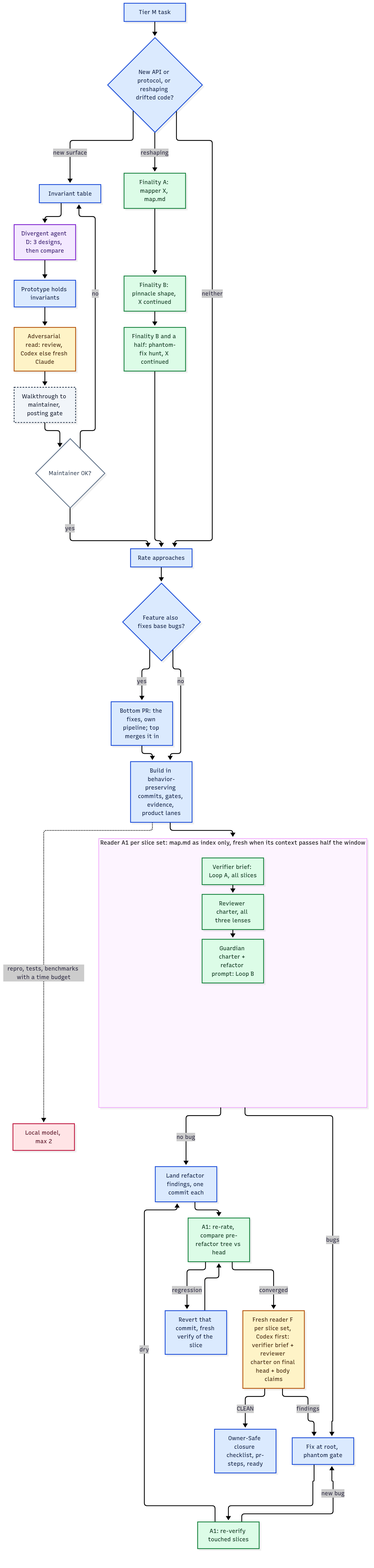
nitedani/mergeworthy keeps this Mermaid diagram as docs/graphs/2-pipeline-M.png. Above is the earlier version. Its source is kept beside it as docs/graphs/2-pipeline-M.mmd. Source of this version:
```mermaid
flowchart TB
  T[Tier M task]:::main --> Q{New API or protocol, or reshaping drifted code?}:::main
  Q -->|new surface| DL1[Invariant table]:::main --> DD[Divergent agent D: 3 designs, then compare]:::diverge --> PROTO[Prototype holds invariants]:::main --> ADV[Adversarial read: review, Codex else fresh Claude]:::fresh --> WALK[Walkthrough to maintainer, posting gate]:::gate --> OK{Maintainer OK?}:::ext
  Q -->|reshaping| MAP[Finality A: mapper X, map.md]:::reader --> IMG[Finality B: pinnacle shape, X continued]:::reader --> PH[Finality B and a half: phantom-fix hunt, X continued]:::reader --> RATE
  Q -->|neither| RATE[Rate approaches]:::main
  OK -->|yes| RATE
  OK -->|no| DL1
  RATE --> STK{Feature also fixes base bugs?}:::main
  STK -->|yes| BOT[Bottom PR: the fixes, own pipeline; top merges it in]:::main --> BUILD
  STK -->|no| BUILD[Build in behavior-preserving commits, gates, evidence, product lanes]:::main
  BUILD -.->|repro, tests, benchmarks with a time budget| LX[Local model, max 2]:::local
  BUILD --> A1
  subgraph A1[Reader A1 per slice set: map.md as index only, fresh when its context passes half the window]
    V[Verifier brief: Loop A, all slices]:::reader --> RV[Reviewer charter, all three lenses]:::reader --> GR[Guardian charter + refactor prompt: Loop B]:::reader
  end
  A1 -->|no bug| IMPL
  A1 -->|bugs| FIXB[Fix at root, phantom gate]:::main --> A1B[A1: re-verify touched slices]:::reader
  A1B -->|new bug| FIXB
  A1B -->|dry| IMPL[Land refactor findings, one commit each]:::main --> A1C[A1: re-rate, compare pre-refactor tree vs head]:::reader
  A1C -->|regression| REV[Revert that commit, fresh verify of the slice]:::main --> A1C
  A1C -->|converged| FR[Fresh reader F per slice set, Codex first: verifier brief + reviewer charter on final head + body claims]:::fresh
  FR -->|findings| FIXB
  FR -->|CLEAN| CLOSE[Owner-Safe closure checklist, pr-steps, ready]:::main
  classDef main fill:#dbeafe,stroke:#1d4ed8,color:#0b1b3f
  classDef reader fill:#dcfce7,stroke:#15803d,color:#052e16
  classDef fresh fill:#fef3c7,stroke:#b45309,color:#3b1d02
  classDef diverge fill:#f3e8ff,stroke:#7e22ce,color:#2e1065
  classDef local fill:#ffe4e6,stroke:#be123c,color:#4c0519
  classDef gate fill:#f1f5f9,stroke:#334155,color:#0f172a,stroke-dasharray:4 3
  classDef ext fill:#ffffff,stroke:#64748b,color:#334155
```
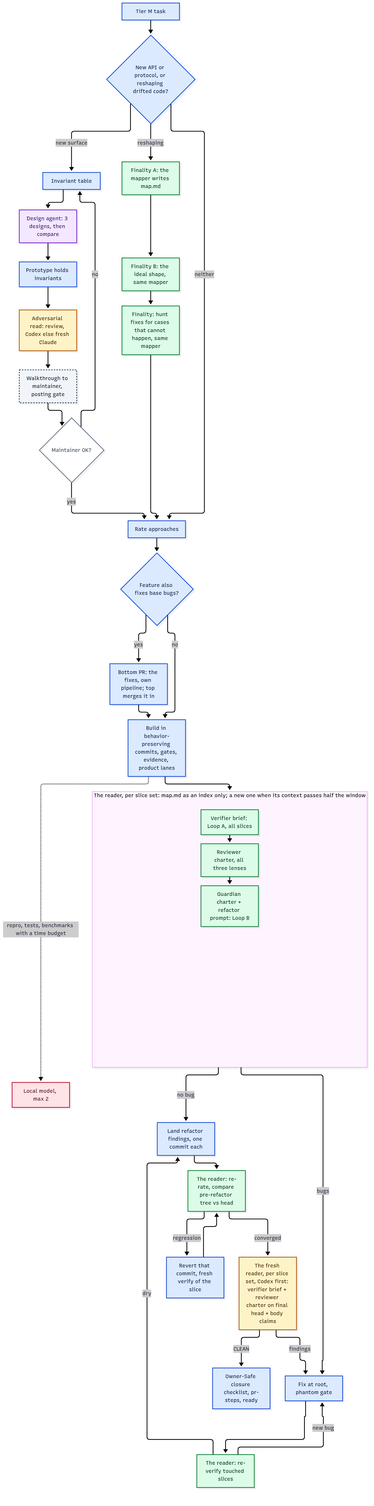
Later version of the same file.

Change to the diagram source:
```diff
@@ -1,7 +1,7 @@
 flowchart TB
   T[Tier M task]:::main --> Q{New API or protocol, or reshaping drifted code?}:::main
-  Q -->|new surface| DL1[Invariant table]:::main --> DD[Divergent agent D: 3 designs, then compare]:::diverge --> PROTO[Prototype holds invariants]:::main --> ADV[Adversarial read: review, Codex else fresh Claude]:::fresh --> WALK[Walkthrough to maintainer, posting gate]:::gate --> OK{Maintainer OK?}:::ext
-  Q -->|reshaping| MAP[Finality A: mapper X, map.md]:::reader --> IMG[Finality B: pinnacle shape, X continued]:::reader --> PH[Finality B and a half: phantom-fix hunt, X continued]:::reader --> RATE
+  Q -->|new surface| DL1[Invariant table]:::main --> DD[Design agent: 3 designs, then compare]:::diverge --> PROTO[Prototype holds invariants]:::main --> ADV[Adversarial read: review, Codex else fresh Claude]:::fresh --> WALK[Walkthrough to maintainer, posting gate]:::gate --> OK{Maintainer OK?}:::ext
+  Q -->|reshaping| MAP[Finality A: the mapper writes map.md]:::reader --> IMG[Finality B: the ideal shape, same mapper]:::reader --> PH[Finality: hunt fixes for cases that cannot happen, same mapper]:::reader --> RATE
   Q -->|neither| RATE[Rate approaches]:::main
   OK -->|yes| RATE
   OK -->|no| DL1
@@ -10,15 +10,15 @@
   STK -->|no| BUILD[Build in behavior-preserving commits, gates, evidence, product lanes]:::main
   BUILD -.->|repro, tests, benchmarks with a time budget| LX[Local model, max 2]:::local
   BUILD --> A1
-  subgraph A1[Reader A1 per slice set: map.md as index only, fresh when its context passes half the window]
+  subgraph A1[The reader, per slice set: map.md as an index only; a new one when its context passes half the window]
     V[Verifier brief: Loop A, all slices]:::reader --> RV[Reviewer charter, all three lenses]:::reader --> GR[Guardian charter + refactor prompt: Loop B]:::reader
   end
   A1 -->|no bug| IMPL
-  A1 -->|bugs| FIXB[Fix at root, phantom gate]:::main --> A1B[A1: re-verify touched slices]:::reader
+  A1 -->|bugs| FIXB[Fix at root, phantom gate]:::main --> A1B[The reader: re-verify touched slices]:::reader
   A1B -->|new bug| FIXB
-  A1B -->|dry| IMPL[Land refactor findings, one commit each]:::main --> A1C[A1: re-rate, compare pre-refactor tree vs head]:::reader
+  A1B -->|dry| IMPL[Land refactor findings, one commit each]:::main --> A1C[The reader: re-rate, compare pre-refactor tree vs head]:::reader
   A1C -->|regression| REV[Revert that commit, fresh verify of the slice]:::main --> A1C
-  A1C -->|converged| FR[Fresh reader F per slice set, Codex first: verifier brief + reviewer charter on final head + body claims]:::fresh
+  A1C -->|converged| FR[The fresh reader, per slice set, Codex first: verifier brief + reviewer charter on final head + body claims]:::fresh
   FR -->|findings| FIXB
   FR -->|CLEAN| CLOSE[Owner-Safe closure checklist, pr-steps, ready]:::main
   classDef main fill:#dbeafe,stroke:#1d4ed8,color:#0b1b3f
```
